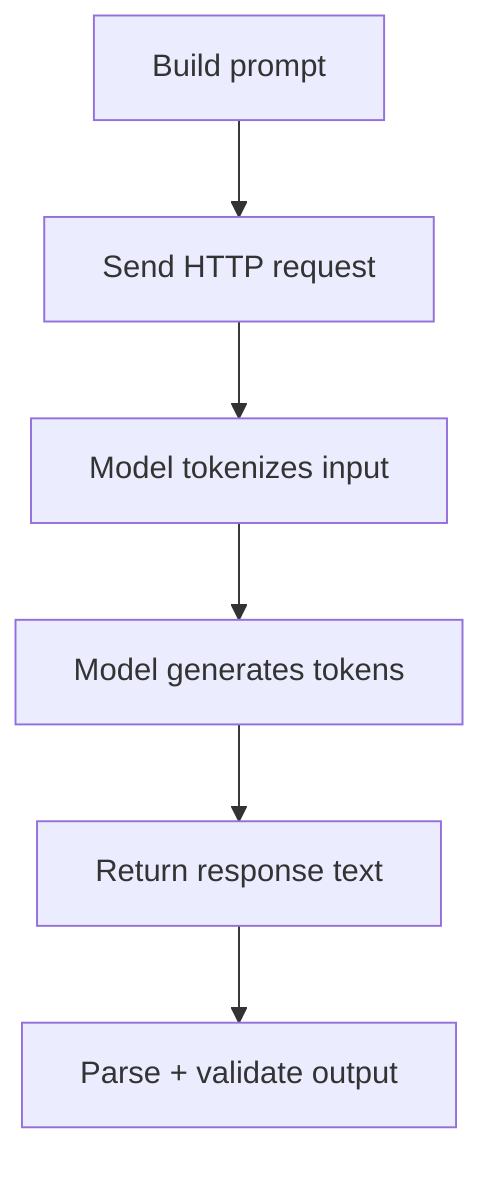
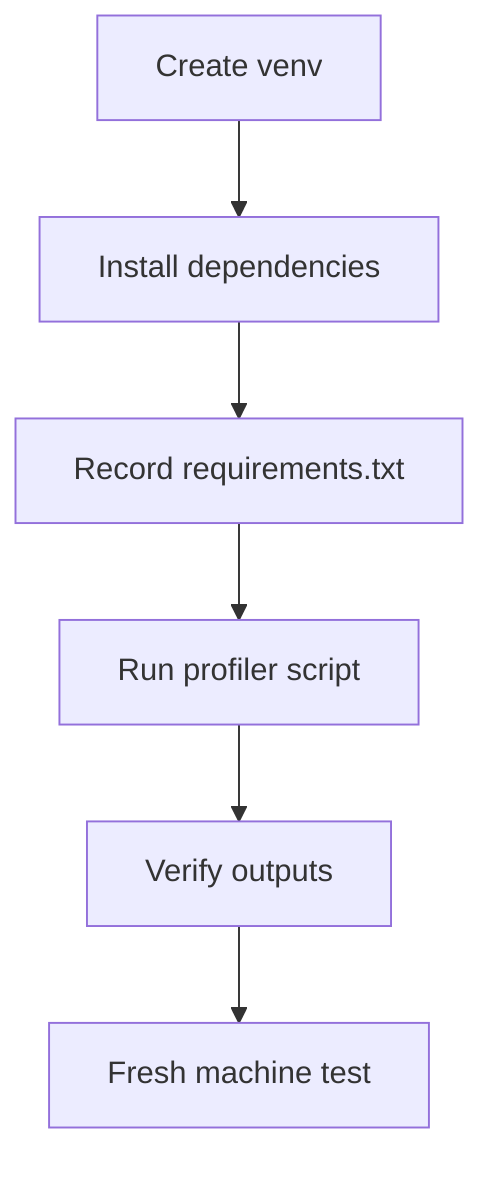
flowchart TD
-   A[Build prompt] --> B[Send HTTP request]
-   B --> C[Model tokenizes input]
-   C --> D[Model generates tokens]
-   D --> E[Return response text]
-   E --> F[Parse + validate output]+   A[Create venv] --> B[Install dependencies]
+   B --> C[Record requirements.txt]
+   C --> D[Run profiler script]
+   D --> E[Verify outputs]
+   E --> F[Fresh machine test]
